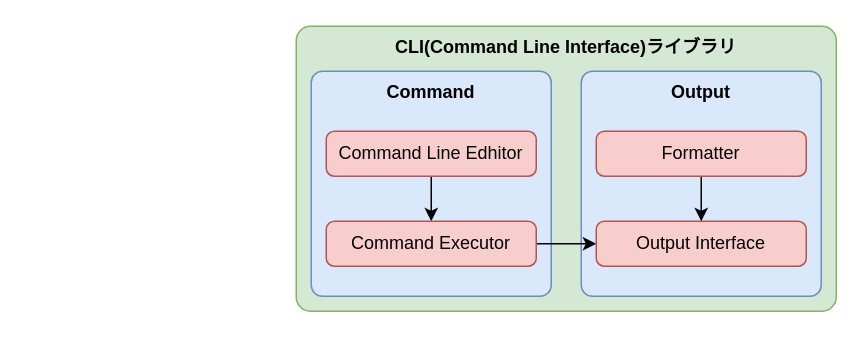
Above: page "ソフトウェア構成図" (2 of 3) of docs/drawio/概要設計.drawio in inouemasakazu/embedded-cli-library (draw.io), before the change. Source tidied: cells renumbered, new cells numbered last; positions are measured from the earlier drawing's top-left corner, leaving out a move shared by most shapes. Both pictures are drawn from the tidied source at 150%, with x=0, y=0 at pixel (296, 26).
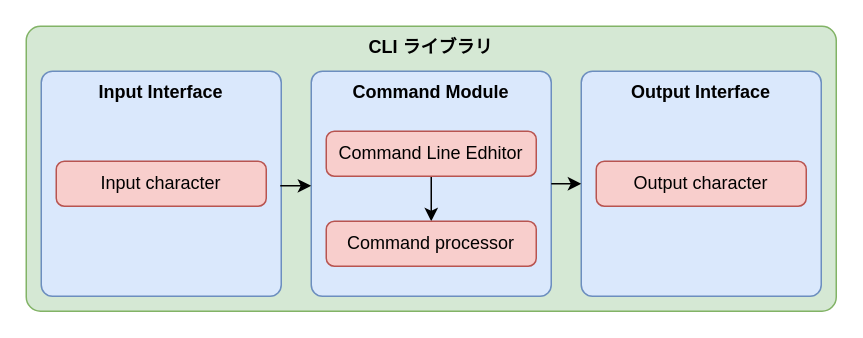
After the change.

Change to the diagram source:
```diff
@@
 <mxGraphModel>
   <root>
     <mxCell id="0" />
     <mxCell id="1" parent="0" />
-    <mxCell id="2" value="&lt;div style=&quot;&quot;&gt;&lt;b&gt;CLI(Command Line Interface)ライブラリ&lt;/b&gt;&lt;/div&gt;" style="rounded=1;whiteSpace=wrap;html=1;align=center;verticalAlign=top;fillColor=#d5e8d4;strokeColor=#82b366;arcSize=5;imageWidth=24;" parent="1" vertex="1">
-      <mxGeometry width="360" height="190" as="geometry" />
+    <mxCell id="2" value="&lt;div style=&quot;&quot;&gt;&lt;b&gt;CLI ライブラリ&lt;/b&gt;&lt;/div&gt;" style="rounded=1;whiteSpace=wrap;html=1;align=center;verticalAlign=top;fillColor=#d5e8d4;strokeColor=#82b366;arcSize=5;imageWidth=24;" parent="1" vertex="1">
+      <mxGeometry x="-180" width="540" height="190" as="geometry" />
     </mxCell>
-    <mxCell id="3" value="Command" style="rounded=1;whiteSpace=wrap;html=1;arcSize=5;fontStyle=1;verticalAlign=top;fillColor=#dae8fc;strokeColor=#6c8ebf;" parent="1" vertex="1">
+    <mxCell id="3" value="Command Module" style="rounded=1;whiteSpace=wrap;html=1;arcSize=5;fontStyle=1;verticalAlign=top;fillColor=#dae8fc;strokeColor=#6c8ebf;" parent="1" vertex="1">
       <mxGeometry x="10" y="30" width="160" height="150" as="geometry" />
     </mxCell>
-    <mxCell id="4" value="Output" style="rounded=1;whiteSpace=wrap;html=1;arcSize=5;fontStyle=1;verticalAlign=top;fillColor=#dae8fc;strokeColor=#6c8ebf;" parent="1" vertex="1">
+    <mxCell id="4" value="Output&amp;nbsp;Interface" style="rounded=1;whiteSpace=wrap;html=1;arcSize=5;fontStyle=1;verticalAlign=top;fillColor=#dae8fc;strokeColor=#6c8ebf;" parent="1" vertex="1">
       <mxGeometry x="190" y="30" width="160" height="150" as="geometry" />
     </mxCell>
     <mxCell id="5" style="edgeStyle=orthogonalEdgeStyle;rounded=0;jettySize=auto;html=1;" parent="1" edge="1" source="6" target="8">
       <mxGeometry relative="1" as="geometry" />
     </mxCell>
     <mxCell id="6" value="Command Line Edhitor" style="rounded=1;whiteSpace=wrap;html=1;fillColor=#f8cecc;strokeColor=#b85450;arcSize=18;" parent="1" vertex="1">
       <mxGeometry x="20" y="70" width="140" height="30" as="geometry" />
     </mxCell>
-    <mxCell id="7" style="edgeStyle=orthogonalEdgeStyle;rounded=0;jettySize=auto;html=1;" parent="1" edge="1" source="8" target="9">
+    <mxCell id="7" style="edgeStyle=orthogonalEdgeStyle;rounded=0;jettySize=auto;html=1;exitX=1;exitY=0.5;exitDx=0;exitDy=0;entryX=0;entryY=0.5;entryDx=0;entryDy=0;" parent="1" edge="1" source="3" target="4">
       <mxGeometry relative="1" as="geometry" />
     </mxCell>
-    <mxCell id="8" value="Command Executor" style="rounded=1;whiteSpace=wrap;html=1;fillColor=#f8cecc;strokeColor=#b85450;arcSize=18;" parent="1" vertex="1">
+    <mxCell id="8" value="Command processor" style="rounded=1;whiteSpace=wrap;html=1;fillColor=#f8cecc;strokeColor=#b85450;arcSize=18;" parent="1" vertex="1">
       <mxGeometry x="20" y="130" width="140" height="30" as="geometry" />
     </mxCell>
-    <mxCell id="9" value="Output Interface" style="rounded=1;whiteSpace=wrap;html=1;fillColor=#f8cecc;strokeColor=#b85450;arcSize=18;" parent="1" vertex="1">
-      <mxGeometry x="200" y="130" width="140" height="30" as="geometry" />
+    <mxCell id="9" value="Output character" style="rounded=1;whiteSpace=wrap;html=1;fillColor=#f8cecc;strokeColor=#b85450;arcSize=18;" parent="1" vertex="1">
+      <mxGeometry x="200" y="90" width="140" height="30" as="geometry" />
     </mxCell>
-    <mxCell id="10" style="edgeStyle=orthogonalEdgeStyle;rounded=0;jettySize=auto;html=1;" parent="1" edge="1" source="11" target="9">
-      <mxGeometry relative="1" as="geometry" />
-    </mxCell>
-    <mxCell id="11" value="Formatter" style="rounded=1;whiteSpace=wrap;html=1;fillColor=#f8cecc;strokeColor=#b85450;arcSize=18;" parent="1" vertex="1">
-      <mxGeometry x="200" y="70" width="140" height="30" as="geometry" />
-    </mxCell>
+    <mxCell id="12" value="Input&amp;nbsp;Interface" style="rounded=1;whiteSpace=wrap;html=1;arcSize=5;fontStyle=1;verticalAlign=top;fillColor=#dae8fc;strokeColor=#6c8ebf;" parent="1" vertex="1">
+      <mxGeometry x="-170" y="30" width="160" height="150" as="geometry" />
+    </mxCell>
+    <mxCell id="13" value="Input&amp;nbsp;character" style="rounded=1;whiteSpace=wrap;html=1;fillColor=#f8cecc;strokeColor=#b85450;arcSize=18;" parent="1" vertex="1">
+      <mxGeometry x="-160" y="90" width="140" height="30" as="geometry" />
+    </mxCell>
+    <mxCell id="14" style="edgeStyle=orthogonalEdgeStyle;rounded=0;jettySize=auto;html=1;exitX=0.996;exitY=0.509;exitDx=0;exitDy=0;exitPerimeter=0;" parent="1" edge="1" source="12">
+      <mxGeometry relative="1" as="geometry">
+        <mxPoint x="10" y="106" as="targetPoint" />
+      </mxGeometry>
+    </mxCell>
   </root>
 </mxGraphModel>
```
